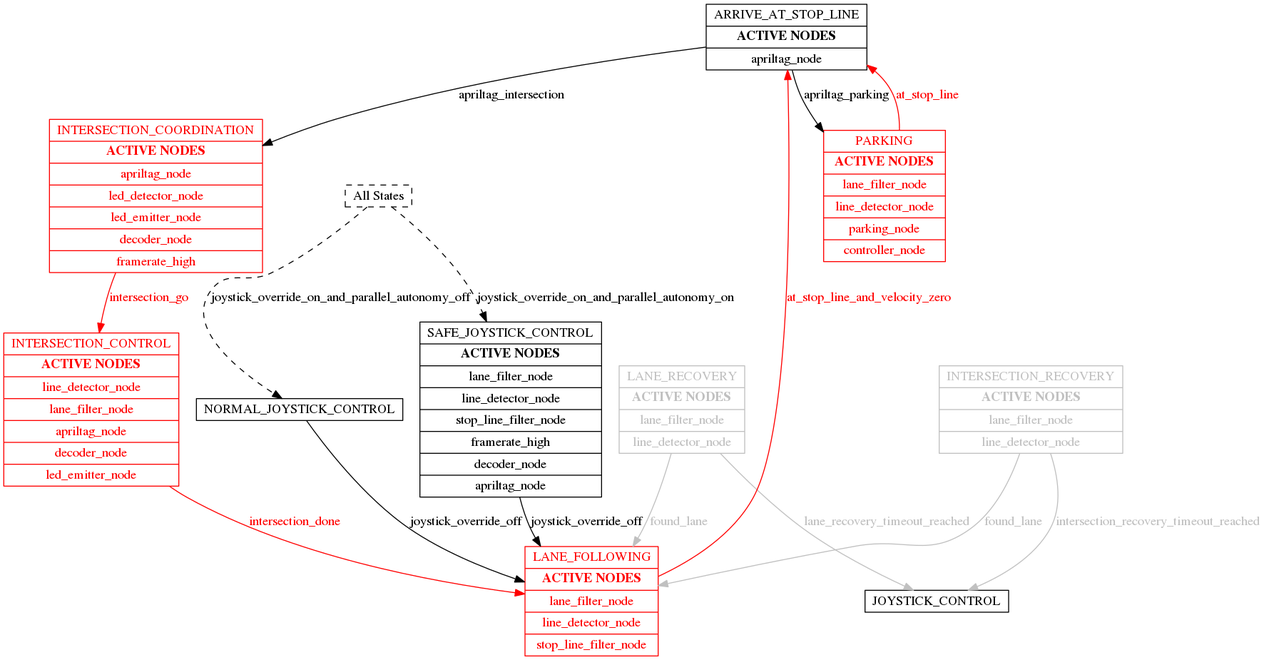
Above: catkin_ws/src/00-infrastructure/ros_diagram/fsm_default_detailed.png in spadma3/duck (Graphviz), before the change. Its source is kept beside it as catkin_ws/src/00-infrastructure/ros_diagram/fsm_default_detailed.dot. Source of this version:
```dot
digraph {
	node [height=.1 shape=record]
	ARRIVE_AT_STOP_LINE [label=<{ ARRIVE_AT_STOP_LINE | <B> ACTIVE NODES </B> | apriltag_node }> color=black fontcolor=black]
	INTERSECTION_CONTROL [label=<{ INTERSECTION_CONTROL | <B> ACTIVE NODES </B> | line_detector_node | lane_filter_node | apriltag_node | decoder_node | led_emitter_node }> color=red fontcolor=red]
	INTERSECTION_COORDINATION [label=<{ INTERSECTION_COORDINATION | <B> ACTIVE NODES </B> | apriltag_node | led_detector_node | led_emitter_node | decoder_node | framerate_high }> color=red fontcolor=red]
	LANE_RECOVERY [label=<{ LANE_RECOVERY | <B> ACTIVE NODES </B> | lane_filter_node | line_detector_node }> color=gray fontcolor=gray]
	NORMAL_JOYSTICK_CONTROL [label=NORMAL_JOYSTICK_CONTROL color=black fontcolor=black]
	SAFE_JOYSTICK_CONTROL [label=<{ SAFE_JOYSTICK_CONTROL | <B> ACTIVE NODES </B> | lane_filter_node | line_detector_node | stop_line_filter_node | framerate_high | decoder_node | apriltag_node }> color=black fontcolor=black]
	INTERSECTION_RECOVERY [label=<{ INTERSECTION_RECOVERY | <B> ACTIVE NODES </B> | lane_filter_node | line_detector_node }> color=gray fontcolor=gray]
	PARKING [label=<{ PARKING | <B> ACTIVE NODES </B> | lane_filter_node | line_detector_node | parking_node | controller_node }> color=red fontcolor=red]
	LANE_FOLLOWING [label=<{ LANE_FOLLOWING | <B> ACTIVE NODES </B> | lane_filter_node | line_detector_node | stop_line_filter_node }> color=red fontcolor=red]
	ARRIVE_AT_STOP_LINE -> INTERSECTION_COORDINATION [label=apriltag_intersection color=black fontcolor=black]
	ARRIVE_AT_STOP_LINE -> PARKING [label=apriltag_parking color=black fontcolor=black]
	INTERSECTION_CONTROL -> LANE_FOLLOWING [label=intersection_done color=red fontcolor=red]
	INTERSECTION_COORDINATION -> INTERSECTION_CONTROL [label=intersection_go color=red fontcolor=red]
	LANE_RECOVERY -> JOYSTICK_CONTROL [label=lane_recovery_timeout_reached color=gray fontcolor=gray]
	LANE_RECOVERY -> LANE_FOLLOWING [label=found_lane color=gray fontcolor=gray]
	NORMAL_JOYSTICK_CONTROL -> LANE_FOLLOWING [label=joystick_override_off color=black fontcolor=black]
	SAFE_JOYSTICK_CONTROL -> LANE_FOLLOWING [label=joystick_override_off color=black fontcolor=black]
	INTERSECTION_RECOVERY -> JOYSTICK_CONTROL [label=intersection_recovery_timeout_reached color=gray fontcolor=gray]
	INTERSECTION_RECOVERY -> LANE_FOLLOWING [label=found_lane color=gray fontcolor=gray]
	PARKING -> ARRIVE_AT_STOP_LINE [label=at_stop_line color=red fontcolor=red]
	LANE_FOLLOWING -> ARRIVE_AT_STOP_LINE [label=at_stop_line_and_velocity_zero color=red fontcolor=red]
	ALL_STATES [label="All States" style=dashed]
	ALL_STATES -> NORMAL_JOYSTICK_CONTROL [label=joystick_override_on_and_parallel_autonomy_off concentrate=false style=dashed]
	ALL_STATES -> SAFE_JOYSTICK_CONTROL [label=joystick_override_on_and_parallel_autonomy_on concentrate=false style=dashed]
}
```
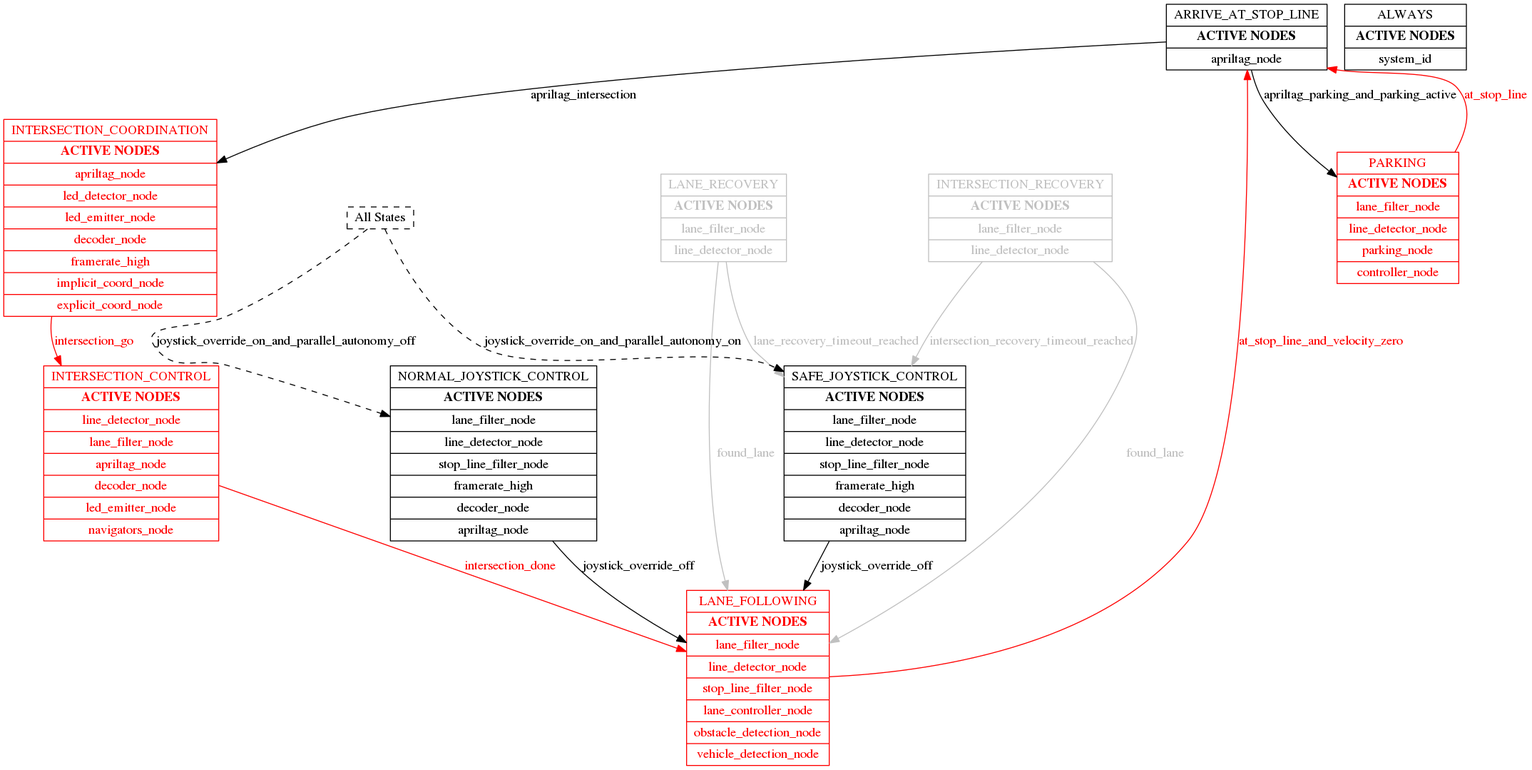
The same diagram one commit later.

Commit message:
Some progress of filling in active nodes and more logic gates for transitions

Diff of the diagram source:
```diff
@@ -1,23 +1,24 @@
 digraph {
 	node [height=.1 shape=record]
 	ARRIVE_AT_STOP_LINE [label=<{ ARRIVE_AT_STOP_LINE | <B> ACTIVE NODES </B> | apriltag_node }> color=black fontcolor=black]
-	INTERSECTION_CONTROL [label=<{ INTERSECTION_CONTROL | <B> ACTIVE NODES </B> | line_detector_node | lane_filter_node | apriltag_node | decoder_node | led_emitter_node }> color=red fontcolor=red]
-	INTERSECTION_COORDINATION [label=<{ INTERSECTION_COORDINATION | <B> ACTIVE NODES </B> | apriltag_node | led_detector_node | led_emitter_node | decoder_node | framerate_high }> color=red fontcolor=red]
+	INTERSECTION_CONTROL [label=<{ INTERSECTION_CONTROL | <B> ACTIVE NODES </B> | line_detector_node | lane_filter_node | apriltag_node | decoder_node | led_emitter_node | navigators_node }> color=red fontcolor=red]
+	INTERSECTION_COORDINATION [label=<{ INTERSECTION_COORDINATION | <B> ACTIVE NODES </B> | apriltag_node | led_detector_node | led_emitter_node | decoder_node | framerate_high | implicit_coord_node | explicit_coord_node }> color=red fontcolor=red]
+	ALWAYS [label=<{ ALWAYS | <B> ACTIVE NODES </B> | system_id }>]
+	NORMAL_JOYSTICK_CONTROL [label=<{ NORMAL_JOYSTICK_CONTROL | <B> ACTIVE NODES </B> | lane_filter_node | line_detector_node | stop_line_filter_node | framerate_high | decoder_node | apriltag_node }> color=black fontcolor=black]
+	SAFE_JOYSTICK_CONTROL [label=<{ SAFE_JOYSTICK_CONTROL | <B> ACTIVE NODES </B> | lane_filter_node | line_detector_node | stop_line_filter_node | framerate_high | decoder_node | apriltag_node }> color=black fontcolor=black]
 	LANE_RECOVERY [label=<{ LANE_RECOVERY | <B> ACTIVE NODES </B> | lane_filter_node | line_detector_node }> color=gray fontcolor=gray]
-	NORMAL_JOYSTICK_CONTROL [label=NORMAL_JOYSTICK_CONTROL color=black fontcolor=black]
-	SAFE_JOYSTICK_CONTROL [label=<{ SAFE_JOYSTICK_CONTROL | <B> ACTIVE NODES </B> | lane_filter_node | line_detector_node | stop_line_filter_node | framerate_high | decoder_node | apriltag_node }> color=black fontcolor=black]
 	INTERSECTION_RECOVERY [label=<{ INTERSECTION_RECOVERY | <B> ACTIVE NODES </B> | lane_filter_node | line_detector_node }> color=gray fontcolor=gray]
 	PARKING [label=<{ PARKING | <B> ACTIVE NODES </B> | lane_filter_node | line_detector_node | parking_node | controller_node }> color=red fontcolor=red]
-	LANE_FOLLOWING [label=<{ LANE_FOLLOWING | <B> ACTIVE NODES </B> | lane_filter_node | line_detector_node | stop_line_filter_node }> color=red fontcolor=red]
+	LANE_FOLLOWING [label=<{ LANE_FOLLOWING | <B> ACTIVE NODES </B> | lane_filter_node | line_detector_node | stop_line_filter_node | lane_controller_node | obstacle_detection_node | vehicle_detection_node }> color=red fontcolor=red]
+	ARRIVE_AT_STOP_LINE -> PARKING [label=apriltag_parking_and_parking_active color=black fontcolor=black]
 	ARRIVE_AT_STOP_LINE -> INTERSECTION_COORDINATION [label=apriltag_intersection color=black fontcolor=black]
-	ARRIVE_AT_STOP_LINE -> PARKING [label=apriltag_parking color=black fontcolor=black]
 	INTERSECTION_CONTROL -> LANE_FOLLOWING [label=intersection_done color=red fontcolor=red]
 	INTERSECTION_COORDINATION -> INTERSECTION_CONTROL [label=intersection_go color=red fontcolor=red]
-	LANE_RECOVERY -> JOYSTICK_CONTROL [label=lane_recovery_timeout_reached color=gray fontcolor=gray]
-	LANE_RECOVERY -> LANE_FOLLOWING [label=found_lane color=gray fontcolor=gray]
 	NORMAL_JOYSTICK_CONTROL -> LANE_FOLLOWING [label=joystick_override_off color=black fontcolor=black]
 	SAFE_JOYSTICK_CONTROL -> LANE_FOLLOWING [label=joystick_override_off color=black fontcolor=black]
-	INTERSECTION_RECOVERY -> JOYSTICK_CONTROL [label=intersection_recovery_timeout_reached color=gray fontcolor=gray]
+	LANE_RECOVERY -> SAFE_JOYSTICK_CONTROL [label=lane_recovery_timeout_reached color=gray fontcolor=gray]
+	LANE_RECOVERY -> LANE_FOLLOWING [label=found_lane color=gray fontcolor=gray]
+	INTERSECTION_RECOVERY -> SAFE_JOYSTICK_CONTROL [label=intersection_recovery_timeout_reached color=gray fontcolor=gray]
 	INTERSECTION_RECOVERY -> LANE_FOLLOWING [label=found_lane color=gray fontcolor=gray]
 	PARKING -> ARRIVE_AT_STOP_LINE [label=at_stop_line color=red fontcolor=red]
 	LANE_FOLLOWING -> ARRIVE_AT_STOP_LINE [label=at_stop_line_and_velocity_zero color=red fontcolor=red]
```
